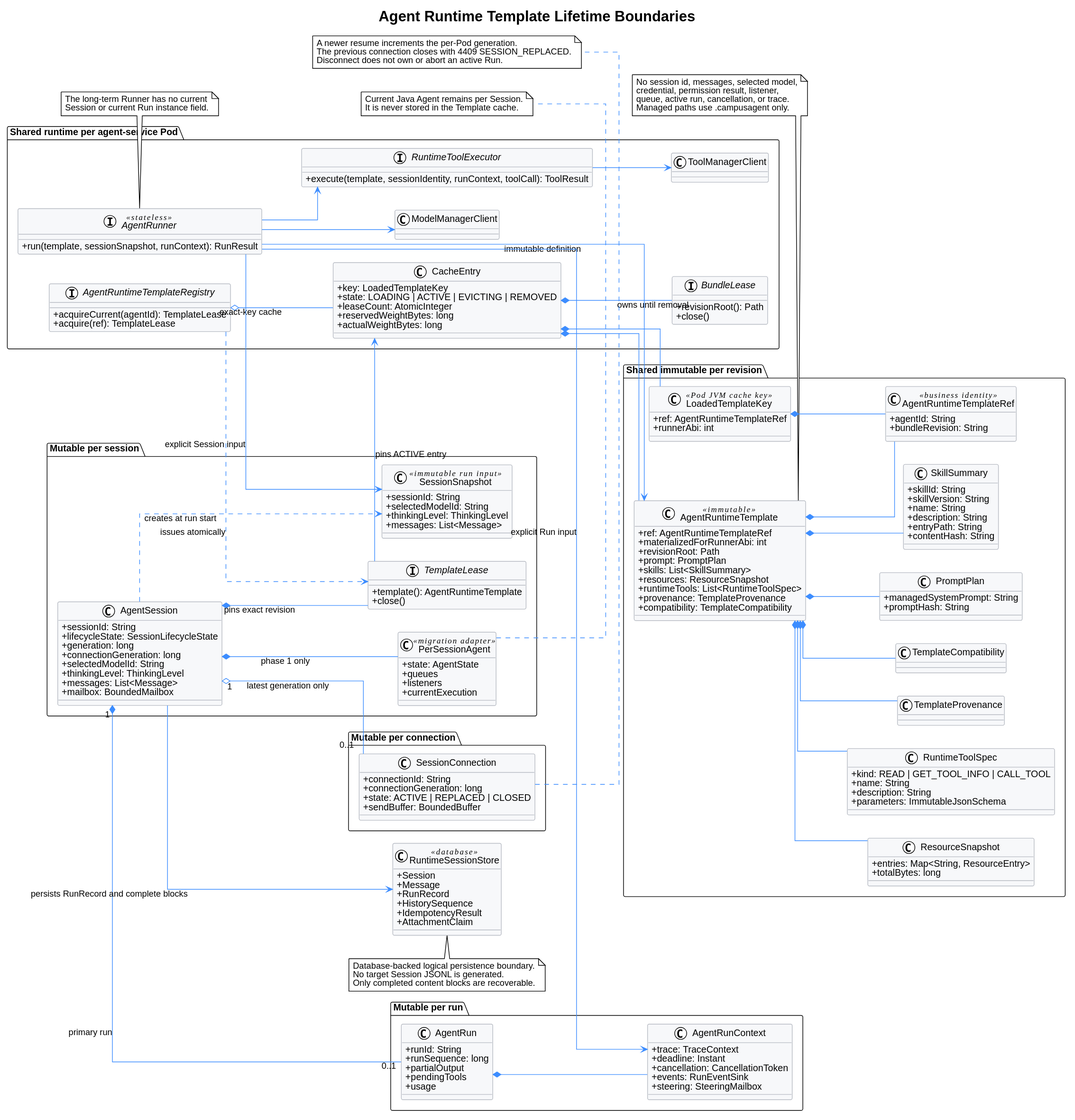
Above: agent-runtime-template/agent_runtime_template_lifetimes.svg in superheromeZzh/pi-mono-java-design (PlantUML), before the change.
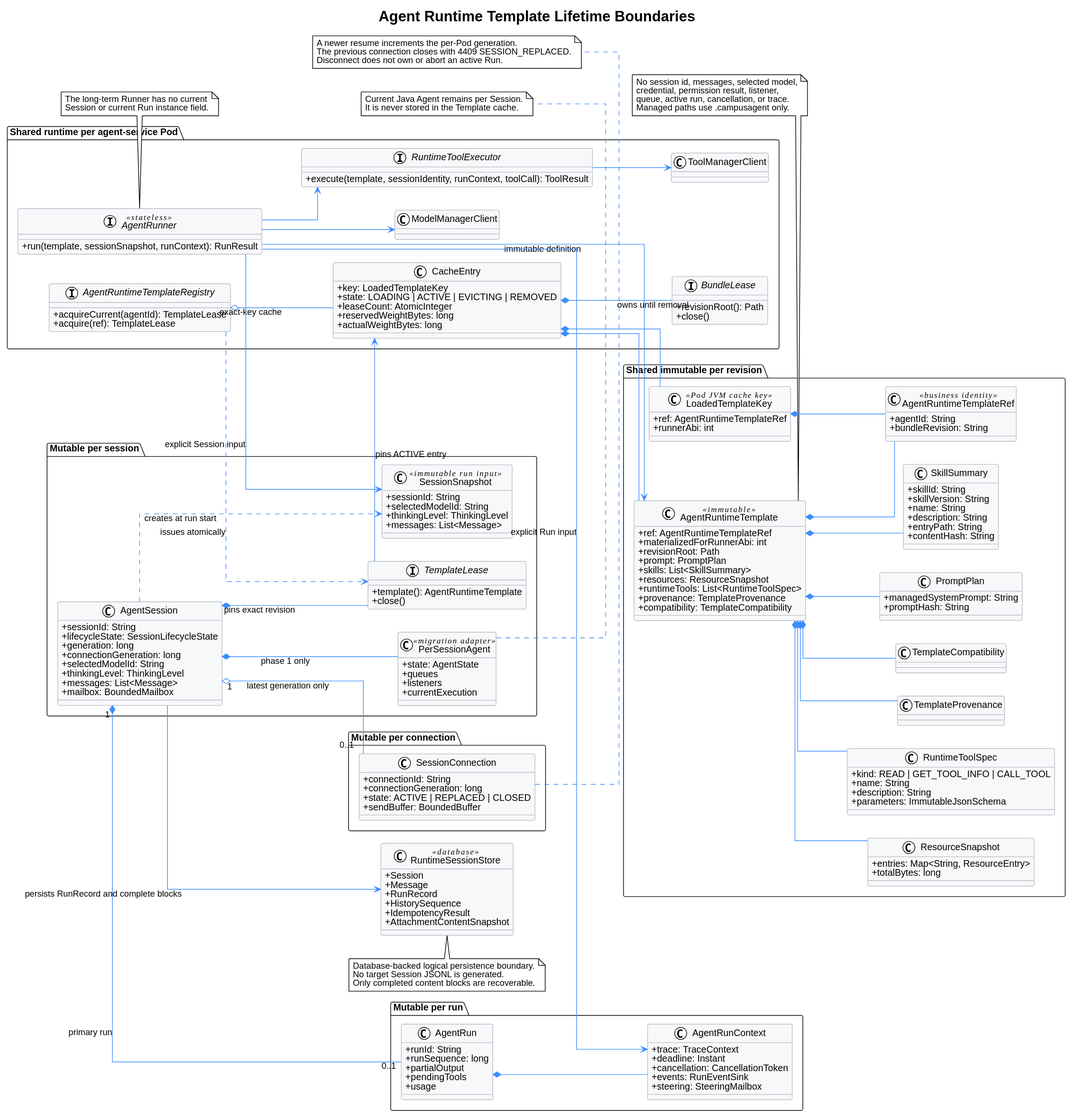
After the commit.

What changed in the source:
```diff
@@ -163,7 +163,7 @@
   +RunRecord
   +HistorySequence
   +IdempotencyResult
-  +AttachmentClaim
+  +AttachmentContentSnapshot
 }
 
 AgentRuntimeTemplate *-- AgentRuntimeTemplateRef
```
